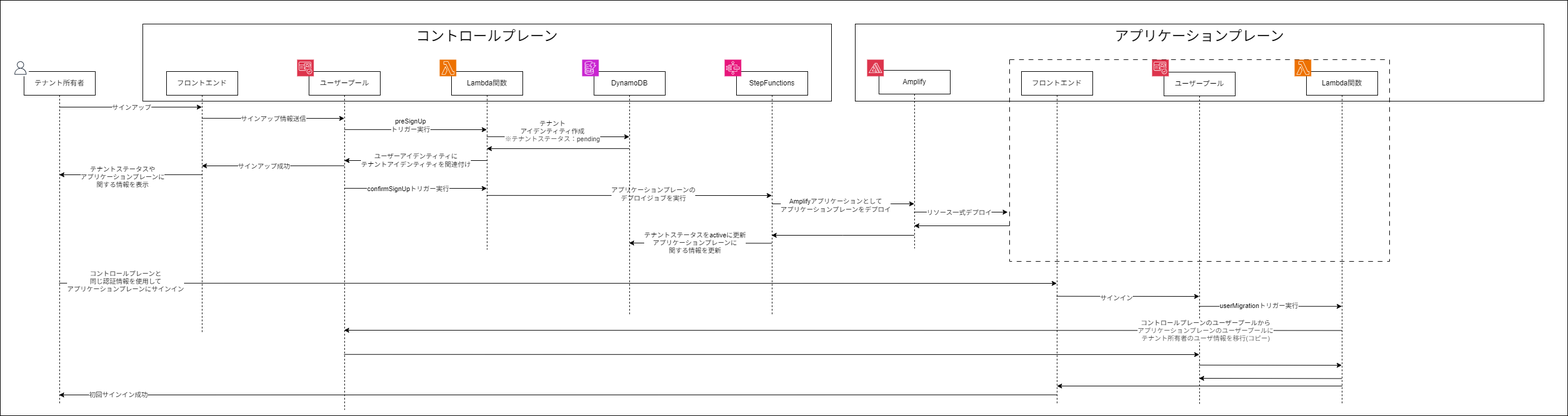
horietakehiro/deep-dive-multi-tenant-saas-on-aws keeps this draw.io diagram as images/06/full-silo-onboarding-flow.drawio.png. Above is the earlier version. Source tidied: cells renumbered, new cells last; positions are measured from the earlier drawing's top-left corner, leaving out a move shared by most shapes.
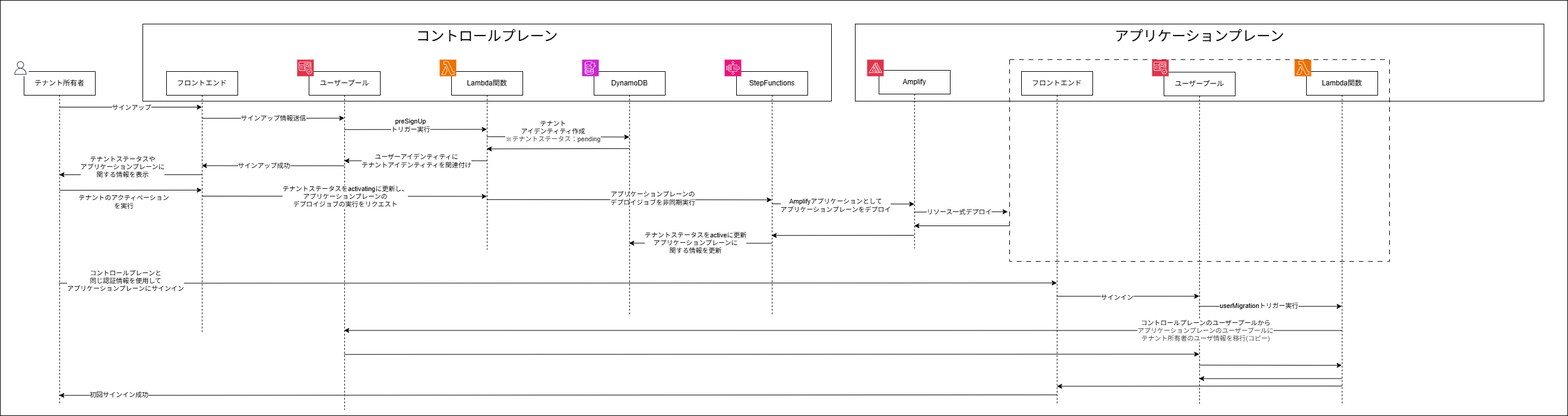
The same file after the commit.

Change to the diagram source:
```diff
@@ -29,18 +29,20 @@
       </mxGeometry>
     </mxCell>
     <mxCell id="8" value="&lt;div&gt;テナントステータスや&lt;/div&gt;&lt;div&gt;アプリケーションプレーンに&lt;/div&gt;&lt;div&gt;関する情報を表示&lt;/div&gt;" style="edgeLabel;html=1;align=center;verticalAlign=middle;" parent="7" vertex="1">
-      <mxGeometry x="0.12" y="3" relative="1" as="geometry" />
+      <mxGeometry x="0.12" y="3" relative="1" as="geometry">
+        <mxPoint y="-17" as="offset" />
+      </mxGeometry>
     </mxCell>
     <mxCell id="9" value="&lt;span style=&quot;color: rgb(0, 0, 0);&quot;&gt;フロントエンド&lt;/span&gt;" style="shape=umlLifeline;perimeter=lifelinePerimeter;whiteSpace=wrap;html=1;outlineConnect=0;portConstraint=eastwest;newEdgeStyle={&quot;edgeStyle&quot;:&quot;elbowEdgeStyle&quot;,&quot;elbow&quot;:&quot;vertical&quot;,&quot;curved&quot;:0,&quot;rounded&quot;:0};" parent="1" vertex="1">
       <mxGeometry x="280" y="120" width="120" height="440" as="geometry" />
     </mxCell>
     <mxCell id="10" style="edgeStyle=elbowEdgeStyle;html=1;elbow=vertical;curved=0;rounded=0;" parent="1" edge="1">
       <mxGeometry relative="1" as="geometry">
-        <mxPoint x="819.3" y="328.8" as="sourcePoint" />
-        <mxPoint x="1299.5" y="328.8" as="targetPoint" />
+        <mxPoint x="819.3" y="335.8" as="sourcePoint" />
+        <mxPoint x="1299.5" y="335.8" as="targetPoint" />
       </mxGeometry>
     </mxCell>
-    <mxCell id="11" value="アプリケーションプレーンの&lt;div&gt;デプロイジョブを実行&lt;/div&gt;" style="edgeLabel;html=1;align=center;verticalAlign=middle;" parent="10" vertex="1">
+    <mxCell id="11" value="アプリケーションプレーンの&lt;div&gt;デプロイジョブを非同期実行&lt;/div&gt;" style="edgeLabel;html=1;align=center;verticalAlign=middle;" parent="10" vertex="1">
       <mxGeometry x="0.16" y="3" relative="1" as="geometry" />
     </mxCell>
     <mxCell id="12" style="group;" parent="1" vertex="1">
@@ -132,12 +134,14 @@
     </mxCell>
     <mxCell id="35" style="edgeStyle=elbowEdgeStyle;html=1;elbow=vertical;curved=0;rounded=0;" parent="1" edge="1">
       <mxGeometry relative="1" as="geometry">
-        <mxPoint x="579.3" y="316.8" as="sourcePoint" />
-        <mxPoint x="819.5" y="316.8" as="targetPoint" />
+        <mxPoint x="339.5" y="330" as="sourcePoint" />
+        <mxPoint x="819.5" y="329.8" as="targetPoint" />
       </mxGeometry>
     </mxCell>
-    <mxCell id="36" value="confirmSignUpトリガー実行" style="edgeLabel;html=1;align=center;verticalAlign=middle;" parent="35" vertex="1">
-      <mxGeometry x="-0.11" relative="1" as="geometry" />
+    <mxCell id="36" value="&lt;div&gt;テナントステータスをactivatingに更新し、&lt;/div&gt;アプリケーションプレーンの&lt;div&gt;デプロイジョブの実行をリクエスト&lt;/div&gt;" style="edgeLabel;html=1;align=center;verticalAlign=middle;" parent="35" vertex="1">
+      <mxGeometry x="-0.11" relative="1" as="geometry">
+        <mxPoint x="27" as="offset" />
+      </mxGeometry>
     </mxCell>
     <mxCell id="37" style="group;" parent="1" vertex="1">
       <mxGeometry x="1220" y="100" width="140" height="430" as="geometry" />
@@ -301,5 +305,15 @@
         <mxPoint x="1" as="offset" />
       </mxGeometry>
     </mxCell>
+    <mxCell id="73" style="edgeStyle=elbowEdgeStyle;html=1;elbow=vertical;curved=0;rounded=0;" parent="1" edge="1" target="9">
+      <mxGeometry relative="1" as="geometry">
+        <mxPoint x="100" y="320.2" as="sourcePoint" />
+      </mxGeometry>
+    </mxCell>
+    <mxCell id="74" value="テナントのアクティベーション&lt;div&gt;を実行&lt;/div&gt;" style="edgeLabel;html=1;align=center;verticalAlign=middle;" parent="73" vertex="1">
+      <mxGeometry x="-0.09" y="-2" relative="1" as="geometry">
+        <mxPoint y="18" as="offset" />
+      </mxGeometry>
+    </mxCell>
   </root>
 </mxGraphModel>
```
